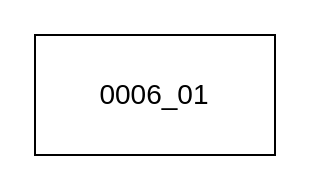
Before: page "第 1 页" (2 of 2) of TagTaskRelationship.drawio in Saiable/drawio, a draw.io diagram. Source tidied: cells renumbered, new cells numbered last; positions are measured from the earlier drawing's top-left corner, leaving out a move shared by most shapes. Both pictures are drawn from the tidied source at 200%, with x=0, y=0 at pixel (34, 34).
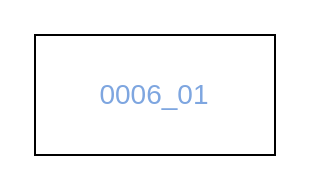
After the change.

Diff of the diagram source:
```diff
@@
 <mxGraphModel>
   <root>
     <mxCell id="0" />
     <mxCell id="1" parent="0" />
-    <mxCell id="2" value="&lt;font style=&quot;font-size: 14px;&quot;&gt;0006_01&lt;/font&gt;" style="rounded=0;whiteSpace=wrap;html=1;" parent="1" vertex="1">
+    <mxCell id="2" value="&lt;font style=&quot;font-size: 14px;&quot;&gt;0006_01&lt;/font&gt;" style="rounded=0;whiteSpace=wrap;html=1;fontColor=#7EA6E0;" parent="1" vertex="1">
       <mxGeometry width="120" height="60" as="geometry" />
     </mxCell>
   </root>
 </mxGraphModel>
```
